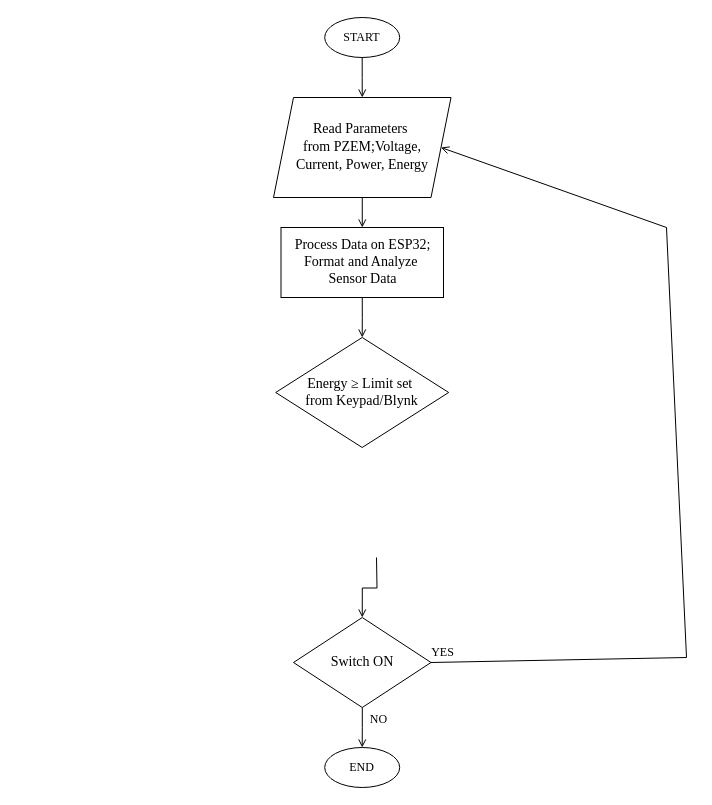
This is Control Flowchart.drawio from Adeolu-Aremu/AIoT-Energy-Meter, a draw.io file, before an edit. Source tidied: cells renumbered, new cells numbered last; positions are measured from the earlier drawing's top-left corner, leaving out a move shared by most shapes. Both pictures are drawn from the tidied source at 100%, with x=0, y=0 at pixel (273, 17).
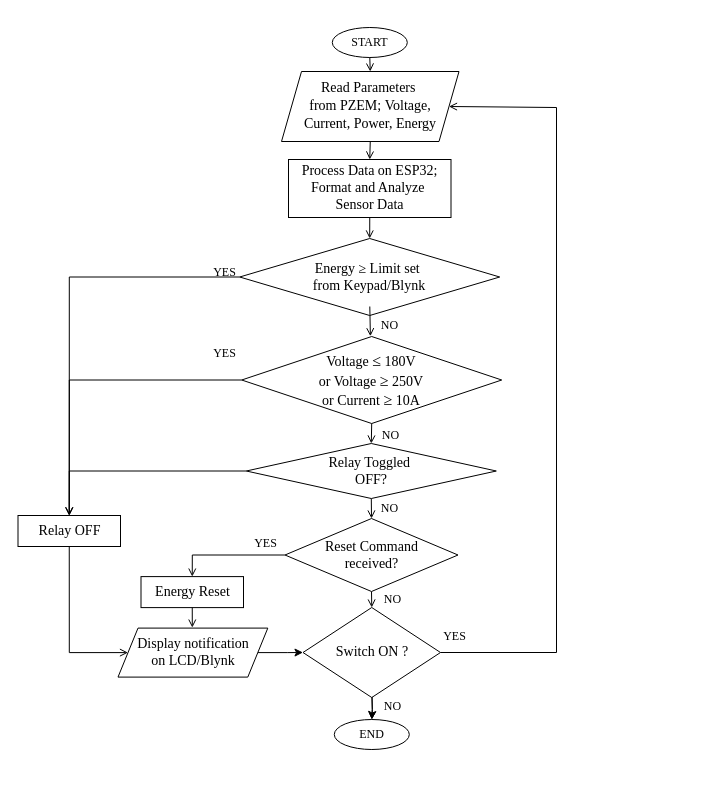
The same page after the edit.

Diff of the diagram source:
```diff
@@
     <mxCell id="2" value="&lt;font face=&quot;Times New Roman&quot;&gt;START&lt;/font&gt;" style="ellipse;whiteSpace=wrap;html=1;" parent="1" vertex="1">
-      <mxGeometry x="51.2" width="75" height="40" as="geometry" />
+      <mxGeometry x="58.8" y="10" width="75" height="30" as="geometry" />
     </mxCell>
-    <mxCell id="3" value="&lt;div style=&quot;text-wrap-mode: nowrap;&quot;&gt;&lt;font style=&quot;font-size: 14px;&quot; face=&quot;Times New Roman&quot;&gt;Read Parameters&amp;nbsp;&lt;/font&gt;&lt;/div&gt;&lt;div style=&quot;text-wrap-mode: nowrap;&quot;&gt;&lt;font style=&quot;font-size: 14px;&quot;&gt;&lt;font face=&quot;Times New Roman&quot;&gt;from PZEM;&lt;/font&gt;&lt;span style=&quot;font-family: &amp;quot;Times New Roman&amp;quot;; background-color: transparent; color: light-dark(rgb(0, 0, 0), rgb(255, 255, 255));&quot;&gt;Voltage,&lt;/span&gt;&lt;/font&gt;&lt;/div&gt;&lt;div style=&quot;text-wrap-mode: nowrap;&quot;&gt;&lt;font style=&quot;font-size: 14px;&quot;&gt;&lt;span style=&quot;font-family: &amp;quot;Times New Roman&amp;quot;; background-color: transparent; color: light-dark(rgb(0, 0, 0), rgb(255, 255, 255));&quot;&gt;Current,&amp;nbsp;&lt;/span&gt;&lt;span style=&quot;font-family: &amp;quot;Times New Roman&amp;quot;; background-color: transparent; color: light-dark(rgb(0, 0, 0), rgb(255, 255, 255));&quot;&gt;Power,&amp;nbsp;&lt;/span&gt;&lt;span style=&quot;font-family: &amp;quot;Times New Roman&amp;quot;; background-color: transparent; color: light-dark(rgb(0, 0, 0), rgb(255, 255, 255));&quot;&gt;Energy&lt;/span&gt;&lt;/font&gt;&lt;/div&gt;" style="shape=parallelogram;perimeter=parallelogramPerimeter;whiteSpace=wrap;html=1;fixedSize=1;" parent="1" vertex="1">
-      <mxGeometry y="80" width="177.5" height="100" as="geometry" />
+    <mxCell id="3" value="&lt;div style=&quot;text-wrap-mode: nowrap;&quot;&gt;&lt;font style=&quot;font-size: 14px;&quot; face=&quot;Times New Roman&quot;&gt;Read Parameters&amp;nbsp;&lt;/font&gt;&lt;/div&gt;&lt;div style=&quot;text-wrap-mode: nowrap;&quot;&gt;&lt;font style=&quot;font-size: 14px;&quot;&gt;&lt;font face=&quot;Times New Roman&quot;&gt;from PZEM;&amp;nbsp;&lt;/font&gt;&lt;span style=&quot;font-family: &amp;quot;Times New Roman&amp;quot;; background-color: transparent; color: light-dark(rgb(0, 0, 0), rgb(255, 255, 255));&quot;&gt;Voltage,&lt;/span&gt;&lt;/font&gt;&lt;/div&gt;&lt;div style=&quot;text-wrap-mode: nowrap;&quot;&gt;&lt;font style=&quot;font-size: 14px;&quot;&gt;&lt;span style=&quot;font-family: &amp;quot;Times New Roman&amp;quot;; background-color: transparent; color: light-dark(rgb(0, 0, 0), rgb(255, 255, 255));&quot;&gt;Current,&amp;nbsp;&lt;/span&gt;&lt;span style=&quot;font-family: &amp;quot;Times New Roman&amp;quot;; background-color: transparent; color: light-dark(rgb(0, 0, 0), rgb(255, 255, 255));&quot;&gt;Power,&amp;nbsp;&lt;/span&gt;&lt;span style=&quot;font-family: &amp;quot;Times New Roman&amp;quot;; background-color: transparent; color: light-dark(rgb(0, 0, 0), rgb(255, 255, 255));&quot;&gt;Energy&lt;/span&gt;&lt;/font&gt;&lt;/div&gt;" style="shape=parallelogram;perimeter=parallelogramPerimeter;whiteSpace=wrap;html=1;fixedSize=1;" parent="1" vertex="1">
+      <mxGeometry x="8" y="54" width="177.5" height="70" as="geometry" />
     </mxCell>
-    <mxCell id="4" style="edgeStyle=orthogonalEdgeStyle;rounded=0;jettySize=auto;html=1;endArrow=open;endFill=0;entryX=0.5;entryY=0;entryDx=0;entryDy=0;entryPerimeter=0;" parent="1" edge="1" target="8">
-      <mxGeometry relative="1" as="geometry">
-        <mxPoint x="103" y="540" as="sourcePoint" />
-      </mxGeometry>
+    <mxCell id="4" style="edgeStyle=orthogonalEdgeStyle;rounded=0;jettySize=auto;html=1;endArrow=open;endFill=0;entryX=0.5;entryY=0;entryDx=0;entryDy=0;entryPerimeter=0;exitX=1;exitY=0.5;exitDx=0;exitDy=0;" parent="1" edge="1" source="18" target="8">
+      <mxGeometry relative="1" as="geometry" />
     </mxCell>
     <mxCell id="5" value="&lt;font face=&quot;Times New Roman&quot;&gt;END&lt;/font&gt;" style="ellipse;whiteSpace=wrap;html=1;" parent="1" vertex="1">
-      <mxGeometry x="51.2" y="730" width="75" height="40" as="geometry" />
+      <mxGeometry x="60.8" y="702" width="75" height="30" as="geometry" />
     </mxCell>
     <mxCell id="6" style="endArrow=open;html=1;rounded=0;exitX=1;exitY=0.5;exitDx=0;exitDy=0;entryX=1;entryY=0.5;entryDx=0;entryDy=0;endFill=0;exitPerimeter=0;" parent="1" edge="1" source="8" target="3">
       <mxGeometry relative="1" as="geometry">
         <Array as="points">
-          <mxPoint x="413" y="640" />
-          <mxPoint x="393" y="210" />
+          <mxPoint x="283" y="635" />
+          <mxPoint x="283" y="90" />
         </Array>
       </mxGeometry>
     </mxCell>
-    <mxCell id="7" style="edgeStyle=orthogonalEdgeStyle;rounded=0;jettySize=auto;html=1;endArrow=open;endFill=0;" parent="1" edge="1" source="8" target="5">
-      <mxGeometry relative="1" as="geometry" />
+    <mxCell id="7" style="edgeStyle=orthogonalEdgeStyle;rounded=0;jettySize=auto;html=1;endArrow=open;endFill=0;" parent="1" edge="1" target="5">
+      <mxGeometry relative="1" as="geometry">
+        <mxPoint x="98.3" y="671" as="sourcePoint" />
+      </mxGeometry>
     </mxCell>
+    <mxCell id="16" style="edgeStyle=orthogonalEdgeStyle;rounded=0;jettySize=auto;html=1;" parent="1" edge="1" target="5">
+      <mxGeometry relative="1" as="geometry">
+        <mxPoint x="98.3" y="671" as="sourcePoint" />
+      </mxGeometry>
+    </mxCell>
-    <mxCell id="8" value="&lt;font style=&quot;font-size: 14px;&quot; face=&quot;Times New Roman&quot;&gt;Switch ON&lt;/font&gt;" style="strokeWidth=1;html=1;shape=mxgraph.flowchart.decision;whiteSpace=wrap;" parent="1" vertex="1">
-      <mxGeometry x="20" y="600" width="137.5" height="90" as="geometry" />
+    <mxCell id="8" value="&lt;font style=&quot;font-size: 14px;&quot; face=&quot;Times New Roman&quot;&gt;Switch ON ?&lt;/font&gt;" style="strokeWidth=1;html=1;shape=mxgraph.flowchart.decision;whiteSpace=wrap;" parent="1" vertex="1">
+      <mxGeometry x="29.5" y="590" width="137.5" height="90" as="geometry" />
     </mxCell>
     <mxCell id="9" value="&lt;h6&gt;&lt;span style=&quot;color: light-dark(rgb(0, 0, 0), rgb(255, 255, 255)); font-weight: normal;&quot;&gt;&lt;font style=&quot;font-size: 12px;&quot; face=&quot;Times New Roman&quot;&gt;NO&lt;/font&gt;&lt;/span&gt;&lt;/h6&gt;&lt;div&gt;&lt;/div&gt;" style="text;html=1;align=center;verticalAlign=middle;strokeColor=none;fillColor=none;" parent="1" vertex="1">
-      <mxGeometry x="85.2" y="667" width="40" height="70" as="geometry" />
+      <mxGeometry x="98.5" y="654" width="40" height="70" as="geometry" />
     </mxCell>
     <mxCell id="10" value="&lt;div style=&quot;text-wrap-mode: nowrap;&quot;&gt;&lt;font style=&quot;font-size: 14px;&quot; face=&quot;Times New Roman&quot;&gt;Process Data on ESP32;&lt;/font&gt;&lt;/div&gt;&lt;div style=&quot;text-wrap-mode: nowrap;&quot;&gt;&lt;font style=&quot;font-size: 14px;&quot; face=&quot;Times New Roman&quot;&gt;Format and Analyze&amp;nbsp;&lt;/font&gt;&lt;/div&gt;&lt;div style=&quot;text-wrap-mode: nowrap;&quot;&gt;&lt;font style=&quot;font-size: 14px;&quot; face=&quot;Times New Roman&quot;&gt;Sensor Data&lt;/font&gt;&lt;/div&gt;" style="rounded=0;whiteSpace=wrap;html=1;" parent="1" vertex="1">
-      <mxGeometry x="7.5" y="210" width="162.5" height="70" as="geometry" />
+      <mxGeometry x="15" y="142" width="162.5" height="58" as="geometry" />
     </mxCell>
@@
     <mxCell id="12" value="&lt;h6&gt;&lt;span style=&quot;color: light-dark(rgb(0, 0, 0), rgb(255, 255, 255)); font-weight: normal;&quot;&gt;&lt;font style=&quot;font-size: 12px;&quot; face=&quot;Times New Roman&quot;&gt;YES&lt;/font&gt;&lt;/span&gt;&lt;/h6&gt;&lt;div&gt;&lt;/div&gt;" style="text;html=1;align=center;verticalAlign=middle;strokeColor=none;fillColor=none;" parent="1" vertex="1">
-      <mxGeometry x="143.8" y="600" width="50" height="70" as="geometry" />
+      <mxGeometry x="155.8" y="584" width="50" height="70" as="geometry" />
     </mxCell>
@@
     <mxCell id="15" value="&lt;div style=&quot;forced-color-adjust: none; color: rgb(0, 0, 0); font-style: normal; font-variant-ligatures: normal; font-variant-caps: normal; font-weight: 400; letter-spacing: normal; orphans: 2; text-align: center; text-indent: 0px; text-transform: none; widows: 2; word-spacing: 0px; -webkit-text-stroke-width: 0px; white-space: nowrap; text-decoration-thickness: initial; text-decoration-style: initial; text-decoration-color: initial;&quot;&gt;&lt;font style=&quot;font-size: 14px;&quot; face=&quot;Times New Roman&quot;&gt;Energy &lt;span style=&quot;background-color: transparent; color: light-dark(rgb(0, 0, 0), rgb(255, 255, 255)); text-wrap-mode: wrap;&quot;&gt;≥ Limit set&amp;nbsp;&lt;/span&gt;&lt;/font&gt;&lt;/div&gt;&lt;div style=&quot;forced-color-adjust: none; color: rgb(0, 0, 0); font-style: normal; font-variant-ligatures: normal; font-variant-caps: normal; font-weight: 400; letter-spacing: normal; orphans: 2; text-align: center; text-indent: 0px; text-transform: none; widows: 2; word-spacing: 0px; -webkit-text-stroke-width: 0px; white-space: nowrap; text-decoration-thickness: initial; text-decoration-style: initial; text-decoration-color: initial;&quot;&gt;&lt;font style=&quot;font-size: 14px;&quot; face=&quot;Times New Roman&quot;&gt;&lt;span style=&quot;background-color: transparent; color: light-dark(rgb(0, 0, 0), rgb(255, 255, 255)); text-wrap-mode: wrap;&quot;&gt;from Keypad/Blynk&lt;/span&gt;&lt;/font&gt;&lt;/div&gt;" style="rhombus;whiteSpace=wrap;html=1;direction=south;" parent="1" vertex="1">
-      <mxGeometry x="2.2" y="320" width="173" height="110" as="geometry" />
+      <mxGeometry x="-33.8" y="221" width="260" height="77" as="geometry" />
     </mxCell>
+    <mxCell id="17" value="&lt;div style=&quot;forced-color-adjust: none; color: rgb(0, 0, 0); font-style: normal; font-variant-ligatures: normal; font-variant-caps: normal; font-weight: 400; letter-spacing: normal; orphans: 2; text-align: center; text-indent: 0px; text-transform: none; widows: 2; word-spacing: 0px; -webkit-text-stroke-width: 0px; white-space: nowrap; text-decoration-thickness: initial; text-decoration-style: initial; text-decoration-color: initial;&quot;&gt;&lt;font face=&quot;Times New Roman&quot;&gt;&lt;span style=&quot;font-size: 14px;&quot;&gt;Voltage&amp;nbsp;&lt;/span&gt;&lt;/font&gt;&lt;span style=&quot;font-family: &amp;quot;Times New Roman&amp;quot;, serif; font-size: 12pt; background-color: transparent; color: light-dark(rgb(0, 0, 0), rgb(255, 255, 255)); text-wrap-mode: wrap;&quot;&gt;≤&lt;/span&gt;&lt;span style=&quot;font-size: 14px; font-family: &amp;quot;Times New Roman&amp;quot;; color: light-dark(rgb(0, 0, 0), rgb(237, 237, 237)); background-color: transparent;&quot;&gt;&amp;nbsp;180V&lt;/span&gt;&lt;/div&gt;&lt;div style=&quot;forced-color-adjust: none; color: rgb(0, 0, 0); font-style: normal; font-variant-ligatures: normal; font-variant-caps: normal; font-weight: 400; letter-spacing: normal; orphans: 2; text-align: center; text-indent: 0px; text-transform: none; widows: 2; word-spacing: 0px; -webkit-text-stroke-width: 0px; white-space: nowrap; text-decoration-thickness: initial; text-decoration-style: initial; text-decoration-color: initial;&quot;&gt;&lt;font face=&quot;Times New Roman&quot;&gt;&lt;span style=&quot;font-size: 14px;&quot;&gt;or Voltage&amp;nbsp;&lt;/span&gt;&lt;/font&gt;&lt;span style=&quot;font-family: &amp;quot;Times New Roman&amp;quot;, serif; font-size: 12pt; background-color: transparent; color: light-dark(rgb(0, 0, 0), rgb(255, 255, 255)); text-wrap-mode: wrap;&quot;&gt;≥&lt;/span&gt;&lt;span style=&quot;font-size: 14px; font-family: &amp;quot;Times New Roman&amp;quot;; color: light-dark(rgb(0, 0, 0), rgb(237, 237, 237)); background-color: transparent;&quot;&gt;&amp;nbsp;250V&lt;/span&gt;&lt;/div&gt;&lt;div style=&quot;forced-color-adjust: none; color: rgb(0, 0, 0); font-style: normal; font-variant-ligatures: normal; font-variant-caps: normal; font-weight: 400; letter-spacing: normal; orphans: 2; text-align: center; text-indent: 0px; text-transform: none; widows: 2; word-spacing: 0px; -webkit-text-stroke-width: 0px; white-space: nowrap; text-decoration-thickness: initial; text-decoration-style: initial; text-decoration-color: initial;&quot;&gt;&lt;font face=&quot;Times New Roman&quot;&gt;&lt;span style=&quot;font-size: 14px;&quot;&gt;or Current&amp;nbsp;&lt;/span&gt;&lt;/font&gt;&lt;span style=&quot;font-family: &amp;quot;Times New Roman&amp;quot;, serif; font-size: 12pt; background-color: transparent; color: light-dark(rgb(0, 0, 0), rgb(255, 255, 255)); text-wrap-mode: wrap;&quot;&gt;≥&lt;/span&gt;&lt;span style=&quot;font-size: 14px; font-family: &amp;quot;Times New Roman&amp;quot;; color: light-dark(rgb(0, 0, 0), rgb(237, 237, 237)); background-color: transparent;&quot;&gt;&amp;nbsp;10A&lt;/span&gt;&lt;/div&gt;" style="rhombus;whiteSpace=wrap;html=1;direction=south;" parent="1" vertex="1">
+      <mxGeometry x="-31.8" y="319" width="260" height="87" as="geometry" />
+    </mxCell>
+    <mxCell id="18" value="&lt;div style=&quot;forced-color-adjust: none; color: rgb(0, 0, 0); font-style: normal; font-variant-ligatures: normal; font-variant-caps: normal; font-weight: 400; letter-spacing: normal; orphans: 2; text-align: center; text-indent: 0px; text-transform: none; widows: 2; word-spacing: 0px; -webkit-text-stroke-width: 0px; white-space: nowrap; text-decoration-thickness: initial; text-decoration-style: initial; text-decoration-color: initial;&quot;&gt;&lt;font face=&quot;Times New Roman&quot;&gt;&lt;span style=&quot;font-size: 14px;&quot;&gt;Reset Command&lt;/span&gt;&lt;/font&gt;&lt;/div&gt;&lt;div style=&quot;forced-color-adjust: none; color: rgb(0, 0, 0); font-style: normal; font-variant-ligatures: normal; font-variant-caps: normal; font-weight: 400; letter-spacing: normal; orphans: 2; text-align: center; text-indent: 0px; text-transform: none; widows: 2; word-spacing: 0px; -webkit-text-stroke-width: 0px; white-space: nowrap; text-decoration-thickness: initial; text-decoration-style: initial; text-decoration-color: initial;&quot;&gt;&lt;font face=&quot;Times New Roman&quot;&gt;&lt;span style=&quot;font-size: 14px;&quot;&gt;received?&lt;/span&gt;&lt;/font&gt;&lt;/div&gt;" style="rhombus;whiteSpace=wrap;html=1;direction=south;" parent="1" vertex="1">
+      <mxGeometry x="11.5" y="501" width="173" height="73" as="geometry" />
+    </mxCell>
+    <mxCell id="19" style="edgeStyle=orthogonalEdgeStyle;rounded=0;jettySize=auto;html=1;endArrow=open;endFill=0;exitX=1;exitY=0.5;exitDx=0;exitDy=0;entryX=-0.003;entryY=0.505;entryDx=0;entryDy=0;entryPerimeter=0;" parent="1" edge="1" target="17">
+      <mxGeometry relative="1" as="geometry">
+        <mxPoint x="96.3" y="289" as="sourcePoint" />
+      </mxGeometry>
+    </mxCell>
+    <mxCell id="20" style="edgeStyle=orthogonalEdgeStyle;rounded=0;jettySize=auto;html=1;endArrow=open;endFill=0;entryX=0;entryY=0.5;entryDx=0;entryDy=0;exitX=1;exitY=0.5;exitDx=0;exitDy=0;" parent="1" edge="1" source="35" target="18">
+      <mxGeometry relative="1" as="geometry" />
+    </mxCell>
+    <mxCell id="21" value="&lt;font face=&quot;Times New Roman&quot;&gt;&lt;span style=&quot;font-size: 14px;&quot;&gt;Relay OFF&lt;/span&gt;&lt;/font&gt;" style="rounded=0;whiteSpace=wrap;html=1;" parent="1" vertex="1">
+      <mxGeometry x="-255.5" y="498" width="102.5" height="31" as="geometry" />
+    </mxCell>
+    <mxCell id="22" style="edgeStyle=orthogonalEdgeStyle;rounded=0;jettySize=auto;html=1;entryX=0.5;entryY=0;entryDx=0;entryDy=0;endArrow=open;endFill=0;exitX=0.5;exitY=1;exitDx=0;exitDy=0;" parent="1" edge="1" source="15" target="21">
+      <mxGeometry relative="1" as="geometry" />
+    </mxCell>
+    <mxCell id="23" style="edgeStyle=orthogonalEdgeStyle;rounded=0;jettySize=auto;html=1;endArrow=open;endFill=0;entryX=0.5;entryY=0;entryDx=0;entryDy=0;" parent="1" edge="1" source="17" target="21">
+      <mxGeometry relative="1" as="geometry" />
+    </mxCell>
+    <mxCell id="24" style="edgeStyle=orthogonalEdgeStyle;rounded=0;jettySize=auto;html=1;endArrow=open;endFill=0;exitX=0.5;exitY=1;exitDx=0;exitDy=0;entryX=0.5;entryY=0;entryDx=0;entryDy=0;" parent="1" edge="1" source="18" target="31">
+      <mxGeometry relative="1" as="geometry" />
+    </mxCell>
+    <mxCell id="25" value="&lt;h6&gt;&lt;span style=&quot;color: light-dark(rgb(0, 0, 0), rgb(255, 255, 255)); font-weight: normal;&quot;&gt;&lt;font style=&quot;font-size: 12px;&quot; face=&quot;Times New Roman&quot;&gt;YES&lt;/font&gt;&lt;/span&gt;&lt;/h6&gt;&lt;div&gt;&lt;/div&gt;" style="text;html=1;align=center;verticalAlign=middle;strokeColor=none;fillColor=none;" parent="1" vertex="1">
+      <mxGeometry x="-74.5" y="220" width="50" height="70" as="geometry" />
+    </mxCell>
+    <mxCell id="26" value="&lt;h6&gt;&lt;span style=&quot;color: light-dark(rgb(0, 0, 0), rgb(255, 255, 255)); font-weight: normal;&quot;&gt;&lt;font style=&quot;font-size: 12px;&quot; face=&quot;Times New Roman&quot;&gt;YES&lt;/font&gt;&lt;/span&gt;&lt;/h6&gt;&lt;div&gt;&lt;/div&gt;" style="text;html=1;align=center;verticalAlign=middle;strokeColor=none;fillColor=none;" parent="1" vertex="1">
+      <mxGeometry x="-74.5" y="301" width="50" height="70" as="geometry" />
+    </mxCell>
+    <mxCell id="27" value="&lt;h6&gt;&lt;span style=&quot;color: light-dark(rgb(0, 0, 0), rgb(255, 255, 255)); font-weight: normal;&quot;&gt;&lt;font style=&quot;font-size: 12px;&quot; face=&quot;Times New Roman&quot;&gt;YES&lt;/font&gt;&lt;/span&gt;&lt;/h6&gt;&lt;div&gt;&lt;/div&gt;" style="text;html=1;align=center;verticalAlign=middle;strokeColor=none;fillColor=none;" parent="1" vertex="1">
+      <mxGeometry x="-33.5" y="491" width="50" height="70" as="geometry" />
+    </mxCell>
+    <mxCell id="28" value="&lt;h6&gt;&lt;span style=&quot;color: light-dark(rgb(0, 0, 0), rgb(255, 255, 255)); font-weight: normal;&quot;&gt;&lt;font style=&quot;font-size: 12px;&quot; face=&quot;Times New Roman&quot;&gt;NO&lt;/font&gt;&lt;/span&gt;&lt;/h6&gt;&lt;div&gt;&lt;/div&gt;" style="text;html=1;align=center;verticalAlign=middle;strokeColor=none;fillColor=none;" parent="1" vertex="1">
+      <mxGeometry x="98.5" y="547" width="40" height="70" as="geometry" />
+    </mxCell>
+    <mxCell id="29" value="&lt;h6&gt;&lt;span style=&quot;color: light-dark(rgb(0, 0, 0), rgb(255, 255, 255)); font-weight: normal;&quot;&gt;&lt;font style=&quot;font-size: 12px;&quot; face=&quot;Times New Roman&quot;&gt;NO&lt;/font&gt;&lt;/span&gt;&lt;/h6&gt;&lt;div&gt;&lt;/div&gt;" style="text;html=1;align=center;verticalAlign=middle;strokeColor=none;fillColor=none;" parent="1" vertex="1">
+      <mxGeometry x="96.5" y="383" width="40" height="70" as="geometry" />
+    </mxCell>
+    <mxCell id="30" value="&lt;h6&gt;&lt;span style=&quot;color: light-dark(rgb(0, 0, 0), rgb(255, 255, 255)); font-weight: normal;&quot;&gt;&lt;font style=&quot;font-size: 12px;&quot; face=&quot;Times New Roman&quot;&gt;NO&lt;/font&gt;&lt;/span&gt;&lt;/h6&gt;&lt;div&gt;&lt;/div&gt;" style="text;html=1;align=center;verticalAlign=middle;strokeColor=none;fillColor=none;" parent="1" vertex="1">
+      <mxGeometry x="95.8" y="273" width="40" height="70" as="geometry" />
+    </mxCell>
+    <mxCell id="31" value="&lt;font face=&quot;Times New Roman&quot;&gt;&lt;span style=&quot;font-size: 14px;&quot;&gt;Energy Reset&lt;/span&gt;&lt;/font&gt;" style="rounded=0;whiteSpace=wrap;html=1;" parent="1" vertex="1">
+      <mxGeometry x="-132.5" y="559.1" width="102.5" height="31" as="geometry" />
+    </mxCell>
+    <mxCell id="32" style="edgeStyle=orthogonalEdgeStyle;rounded=0;jettySize=auto;html=1;entryX=0;entryY=0.5;entryDx=0;entryDy=0;entryPerimeter=0;" parent="1" edge="1" source="33" target="8">
+      <mxGeometry relative="1" as="geometry" />
+    </mxCell>
+    <mxCell id="33" value="&lt;div style=&quot;text-wrap-mode: nowrap;&quot;&gt;&lt;font face=&quot;Times New Roman&quot;&gt;&lt;span style=&quot;font-size: 14px;&quot;&gt;Display notification&lt;/span&gt;&lt;/font&gt;&lt;/div&gt;&lt;div style=&quot;text-wrap-mode: nowrap;&quot;&gt;&lt;font face=&quot;Times New Roman&quot;&gt;&lt;span style=&quot;font-size: 14px;&quot;&gt;on LCD/Blynk&lt;/span&gt;&lt;/font&gt;&lt;/div&gt;" style="shape=parallelogram;perimeter=parallelogramPerimeter;whiteSpace=wrap;html=1;fixedSize=1;" parent="1" vertex="1">
+      <mxGeometry x="-155.5" y="610.6" width="149.8" height="49" as="geometry" />
+    </mxCell>
+    <mxCell id="34" style="edgeStyle=orthogonalEdgeStyle;rounded=0;jettySize=auto;html=1;entryX=0;entryY=0.5;entryDx=0;entryDy=0;endArrow=open;endFill=0;exitX=0.5;exitY=1;exitDx=0;exitDy=0;" parent="1" edge="1" source="21" target="33">
+      <mxGeometry relative="1" as="geometry">
+        <Array as="points">
+          <mxPoint x="-204.5" y="635" />
+        </Array>
+      </mxGeometry>
+    </mxCell>
+    <mxCell id="35" value="&lt;div style=&quot;forced-color-adjust: none; color: rgb(0, 0, 0); font-style: normal; font-variant-ligatures: normal; font-variant-caps: normal; font-weight: 400; letter-spacing: normal; orphans: 2; text-align: center; text-indent: 0px; text-transform: none; widows: 2; word-spacing: 0px; -webkit-text-stroke-width: 0px; white-space: nowrap; text-decoration-thickness: initial; text-decoration-style: initial; text-decoration-color: initial;&quot;&gt;&lt;font face=&quot;Times New Roman&quot;&gt;&lt;span style=&quot;font-size: 14px;&quot;&gt;Relay Toggled&amp;nbsp;&lt;/span&gt;&lt;/font&gt;&lt;/div&gt;&lt;div style=&quot;forced-color-adjust: none; color: rgb(0, 0, 0); font-style: normal; font-variant-ligatures: normal; font-variant-caps: normal; font-weight: 400; letter-spacing: normal; orphans: 2; text-align: center; text-indent: 0px; text-transform: none; widows: 2; word-spacing: 0px; -webkit-text-stroke-width: 0px; white-space: nowrap; text-decoration-thickness: initial; text-decoration-style: initial; text-decoration-color: initial;&quot;&gt;&lt;font face=&quot;Times New Roman&quot;&gt;&lt;span style=&quot;font-size: 14px;&quot;&gt;OFF?&lt;/span&gt;&lt;/font&gt;&lt;/div&gt;" style="rhombus;whiteSpace=wrap;html=1;direction=south;" parent="1" vertex="1">
+      <mxGeometry x="-27.2" y="426" width="250" height="55" as="geometry" />
+    </mxCell>
+    <mxCell id="36" style="edgeStyle=orthogonalEdgeStyle;rounded=0;jettySize=auto;html=1;endArrow=open;endFill=0;entryX=0;entryY=0.5;entryDx=0;entryDy=0;exitX=1;exitY=0.5;exitDx=0;exitDy=0;" parent="1" edge="1" source="17" target="35">
+      <mxGeometry relative="1" as="geometry" />
+    </mxCell>
+    <mxCell id="37" value="&lt;h6&gt;&lt;span style=&quot;color: light-dark(rgb(0, 0, 0), rgb(255, 255, 255)); font-weight: normal;&quot;&gt;&lt;font style=&quot;font-size: 12px;&quot; face=&quot;Times New Roman&quot;&gt;NO&lt;/font&gt;&lt;/span&gt;&lt;/h6&gt;&lt;div&gt;&lt;/div&gt;" style="text;html=1;align=center;verticalAlign=middle;strokeColor=none;fillColor=none;" parent="1" vertex="1">
+      <mxGeometry x="95.8" y="456" width="40" height="70" as="geometry" />
+    </mxCell>
+    <mxCell id="38" style="edgeStyle=orthogonalEdgeStyle;rounded=0;jettySize=auto;html=1;endArrow=open;endFill=0;exitX=0.5;exitY=1;exitDx=0;exitDy=0;entryX=0.5;entryY=0;entryDx=0;entryDy=0;" parent="1" edge="1" source="35" target="21">
+      <mxGeometry relative="1" as="geometry" />
+    </mxCell>
+    <mxCell id="39" style="edgeStyle=orthogonalEdgeStyle;rounded=0;jettySize=auto;html=1;endArrow=open;endFill=0;exitX=0.5;exitY=1;exitDx=0;exitDy=0;" parent="1" edge="1" source="31" target="33">
+      <mxGeometry relative="1" as="geometry" />
+    </mxCell>
```
